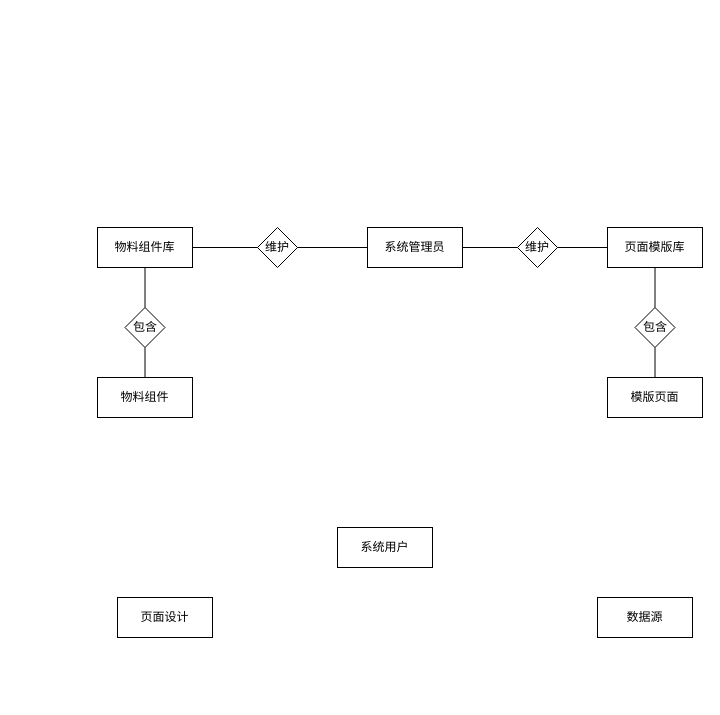
Before: 新E-R 图.drawio in yuxinyu12345/diagrams, a draw.io diagram. Source tidied: cells renumbered, new cells numbered last; positions are measured from the earlier drawing's top-left corner, leaving out a move shared by most shapes. Both pictures are drawn from the tidied source at 100%, with x=0, y=0 at pixel (97, 227).
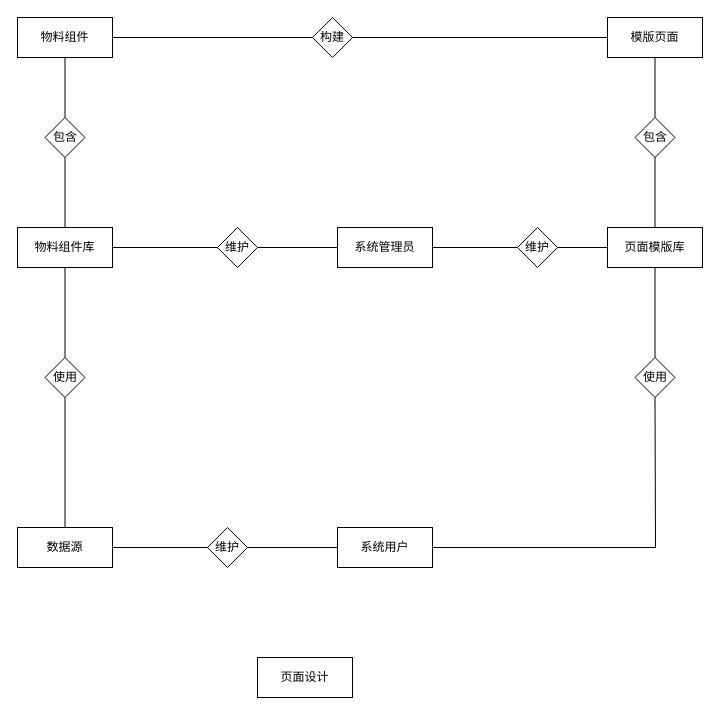
After the change.

The change refers to these unchanged cells:
```xml
<mxCell id="7" value="页面模版库" style="rounded=0;whiteSpace=wrap;html=1;" parent="1" vertex="1">
  <mxGeometry x="510" width="95" height="40" as="geometry" />
</mxCell>
<mxCell id="11" value="系统用户" style="rounded=0;whiteSpace=wrap;html=1;" parent="1" vertex="1">
  <mxGeometry x="240" y="300" width="95" height="40" as="geometry" />
</mxCell>
```

What changed in the source:
```diff
@@
     <mxCell id="2" value="系统管理员" style="rounded=0;whiteSpace=wrap;html=1;" parent="1" vertex="1">
-      <mxGeometry x="270" width="95" height="40" as="geometry" />
+      <mxGeometry x="240" width="95" height="40" as="geometry" />
     </mxCell>
-    <mxCell id="3" value="维护" style="rhombus;whiteSpace=wrap;html=1;" parent="1" vertex="1">
-      <mxGeometry x="160" width="40" height="40" as="geometry" />
-    </mxCell>
     <mxCell id="4" value="物料组件库" style="rounded=0;whiteSpace=wrap;html=1;" parent="1" vertex="1">
-      <mxGeometry width="95" height="40" as="geometry" />
+      <mxGeometry x="-80" width="95" height="40" as="geometry" />
     </mxCell>
     <mxCell id="5" value="物料组件" style="rounded=0;whiteSpace=wrap;html=1;" parent="1" vertex="1">
-      <mxGeometry y="150" width="95" height="40" as="geometry" />
+      <mxGeometry x="-80" y="-210" width="95" height="40" as="geometry" />
     </mxCell>
     <mxCell id="6" value="包含" style="rhombus;whiteSpace=wrap;html=1;" parent="1" vertex="1">
-      <mxGeometry x="27.5" y="80" width="40" height="40" as="geometry" />
+      <mxGeometry x="-52.5" y="-110" width="40" height="40" as="geometry" />
     </mxCell>
@@
     <mxCell id="8" value="模版页面" style="rounded=0;whiteSpace=wrap;html=1;" parent="1" vertex="1">
-      <mxGeometry x="510" y="150" width="95" height="40" as="geometry" />
+      <mxGeometry x="510" y="-210" width="95" height="40" as="geometry" />
     </mxCell>
@@
-    <mxCell id="10" value="包含" style="rhombus;whiteSpace=wrap;html=1;" parent="1" vertex="1">
-      <mxGeometry x="537.5" y="80" width="40" height="40" as="geometry" />
-    </mxCell>
@@
     <mxCell id="12" value="数据源" style="rounded=0;whiteSpace=wrap;html=1;" parent="1" vertex="1">
-      <mxGeometry x="500" y="370" width="95" height="40" as="geometry" />
+      <mxGeometry x="-80" y="300" width="95" height="40" as="geometry" />
     </mxCell>
     <mxCell id="13" value="页面设计" style="rounded=0;whiteSpace=wrap;html=1;" parent="1" vertex="1">
-      <mxGeometry x="20" y="370" width="95" height="40" as="geometry" />
+      <mxGeometry x="160" y="430" width="95" height="40" as="geometry" />
     </mxCell>
@@
-    <mxCell id="15" style="endArrow=none;html=1;rounded=0;exitX=1;exitY=0.5;exitDx=0;exitDy=0;" parent="1" edge="1" source="4">
+    <mxCell id="15" style="endArrow=none;html=1;rounded=0;exitX=1;exitY=0.5;exitDx=0;exitDy=0;" parent="1" edge="1" source="3">
       <mxGeometry relative="1" as="geometry">
         <mxPoint x="160" y="20" as="targetPoint" />
       </mxGeometry>
     </mxCell>
-    <mxCell id="16" style="endArrow=none;html=1;rounded=0;exitX=0.5;exitY=1;exitDx=0;exitDy=0;entryX=0.5;entryY=0;entryDx=0;entryDy=0;" parent="1" edge="1" source="4" target="6">
-      <mxGeometry relative="1" as="geometry" />
-    </mxCell>
-    <mxCell id="17" style="endArrow=none;html=1;rounded=0;exitX=0.5;exitY=1;exitDx=0;exitDy=0;" parent="1" edge="1" source="6" target="5">
-      <mxGeometry relative="1" as="geometry" />
-    </mxCell>
@@
-    <mxCell id="20" style="endArrow=none;html=1;rounded=0;exitX=0.5;exitY=1;exitDx=0;exitDy=0;" parent="1" edge="1" source="7" target="10">
+    <mxCell id="20" style="endArrow=none;html=1;rounded=0;exitX=0.5;exitY=0;exitDx=0;exitDy=0;" parent="1" edge="1" source="7" target="10">
       <mxGeometry relative="1" as="geometry" />
     </mxCell>
-    <mxCell id="21" style="endArrow=none;html=1;rounded=0;entryX=0.5;entryY=1;entryDx=0;entryDy=0;exitX=0.5;exitY=0;exitDx=0;exitDy=0;" parent="1" edge="1" source="8" target="10">
-      <mxGeometry relative="1" as="geometry" />
+    <mxCell id="21" style="endArrow=none;html=1;rounded=0;exitX=0.5;exitY=1;exitDx=0;exitDy=0;" parent="1" edge="1" source="10">
+      <mxGeometry relative="1" as="geometry">
+        <mxPoint x="558" y="-90" as="targetPoint" />
+      </mxGeometry>
     </mxCell>
+    <mxCell id="22" value="使用" style="rhombus;whiteSpace=wrap;html=1;" parent="1" vertex="1">
+      <mxGeometry x="537.5" y="130" width="40" height="40" as="geometry" />
+    </mxCell>
+    <mxCell id="23" style="endArrow=none;html=1;rounded=0;exitX=1;exitY=0.5;exitDx=0;exitDy=0;entryX=0.5;entryY=1;entryDx=0;entryDy=0;" parent="1" edge="1" source="11" target="22">
+      <mxGeometry relative="1" as="geometry">
+        <Array as="points">
+          <mxPoint x="558" y="320" />
+        </Array>
+      </mxGeometry>
+    </mxCell>
+    <mxCell id="24" value="使用" style="rhombus;whiteSpace=wrap;html=1;" parent="1" vertex="1">
+      <mxGeometry x="-52.5" y="130" width="40" height="40" as="geometry" />
+    </mxCell>
+    <mxCell id="16" style="endArrow=none;html=1;rounded=0;exitX=0.5;exitY=0;exitDx=0;exitDy=0;entryX=0.5;entryY=1;entryDx=0;entryDy=0;" parent="1" edge="1" source="4" target="6">
+      <mxGeometry relative="1" as="geometry" />
+    </mxCell>
+    <mxCell id="17" style="endArrow=none;html=1;rounded=0;entryX=0.5;entryY=1;entryDx=0;entryDy=0;exitX=0.5;exitY=0;exitDx=0;exitDy=0;" parent="1" edge="1" source="6" target="5">
+      <mxGeometry relative="1" as="geometry" />
+    </mxCell>
+    <mxCell id="25" style="endArrow=none;html=1;rounded=0;exitX=0.5;exitY=0;exitDx=0;exitDy=0;entryX=0.5;entryY=1;entryDx=0;entryDy=0;" parent="1" edge="1" source="22" target="7">
+      <mxGeometry relative="1" as="geometry" />
+    </mxCell>
+    <mxCell id="26" value="维护" style="rhombus;whiteSpace=wrap;html=1;" parent="1" vertex="1">
+      <mxGeometry x="110" y="300" width="40" height="40" as="geometry" />
+    </mxCell>
+    <mxCell id="27" style="endArrow=none;html=1;rounded=0;exitX=0.5;exitY=1;exitDx=0;exitDy=0;entryX=0.5;entryY=0;entryDx=0;entryDy=0;" parent="1" edge="1" source="4" target="24">
+      <mxGeometry relative="1" as="geometry" />
+    </mxCell>
+    <mxCell id="28" style="endArrow=none;html=1;rounded=0;entryX=0.5;entryY=1;entryDx=0;entryDy=0;" parent="1" edge="1" source="12" target="24">
+      <mxGeometry relative="1" as="geometry" />
+    </mxCell>
+    <mxCell id="29" style="endArrow=none;html=1;rounded=0;entryX=0;entryY=0.5;entryDx=0;entryDy=0;exitX=1;exitY=0.5;exitDx=0;exitDy=0;" parent="1" edge="1" source="26" target="11">
+      <mxGeometry relative="1" as="geometry" />
+    </mxCell>
+    <mxCell id="30" style="endArrow=none;html=1;rounded=0;exitX=1;exitY=0.5;exitDx=0;exitDy=0;entryX=0;entryY=0.5;entryDx=0;entryDy=0;" parent="1" edge="1" source="12" target="26">
+      <mxGeometry relative="1" as="geometry" />
+    </mxCell>
+    <mxCell id="31" value="构建" style="rhombus;whiteSpace=wrap;html=1;" parent="1" vertex="1">
+      <mxGeometry x="215" y="-210" width="40" height="40" as="geometry" />
+    </mxCell>
+    <mxCell id="32" style="endArrow=none;html=1;rounded=0;exitX=0.5;exitY=1;exitDx=0;exitDy=0;" parent="1" edge="1" source="8" target="10">
+      <mxGeometry relative="1" as="geometry" />
+    </mxCell>
+    <mxCell id="10" value="包含" style="rhombus;whiteSpace=wrap;html=1;" parent="1" vertex="1">
+      <mxGeometry x="537.5" y="-110" width="40" height="40" as="geometry" />
+    </mxCell>
+    <mxCell id="33" style="endArrow=none;html=1;rounded=0;exitX=1;exitY=0.5;exitDx=0;exitDy=0;" parent="1" edge="1" source="4" target="3">
+      <mxGeometry relative="1" as="geometry" />
+    </mxCell>
+    <mxCell id="3" value="维护" style="rhombus;whiteSpace=wrap;html=1;" parent="1" vertex="1">
+      <mxGeometry x="120" width="40" height="40" as="geometry" />
+    </mxCell>
+    <mxCell id="34" style="endArrow=none;html=1;rounded=0;exitX=1;exitY=0.5;exitDx=0;exitDy=0;entryX=0;entryY=0.5;entryDx=0;entryDy=0;" parent="1" edge="1" source="5" target="31">
+      <mxGeometry relative="1" as="geometry" />
+    </mxCell>
+    <mxCell id="35" style="endArrow=none;html=1;rounded=0;entryX=1;entryY=0.5;entryDx=0;entryDy=0;exitX=0;exitY=0.5;exitDx=0;exitDy=0;" parent="1" edge="1" source="8" target="31">
+      <mxGeometry relative="1" as="geometry" />
+    </mxCell>
```
